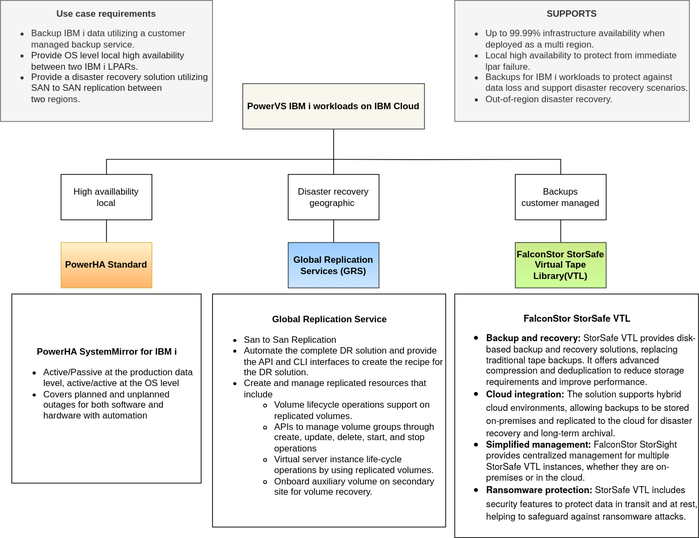
The draw.io diagram images/usecase.svg in ibm-cloud-docs/pattern-pvs-ibmi-resiliency, before a commit. Source tidied: cells renumbered, new cells last; positions are measured from the earlier drawing's top-left corner, leaving out a move shared by most shapes.
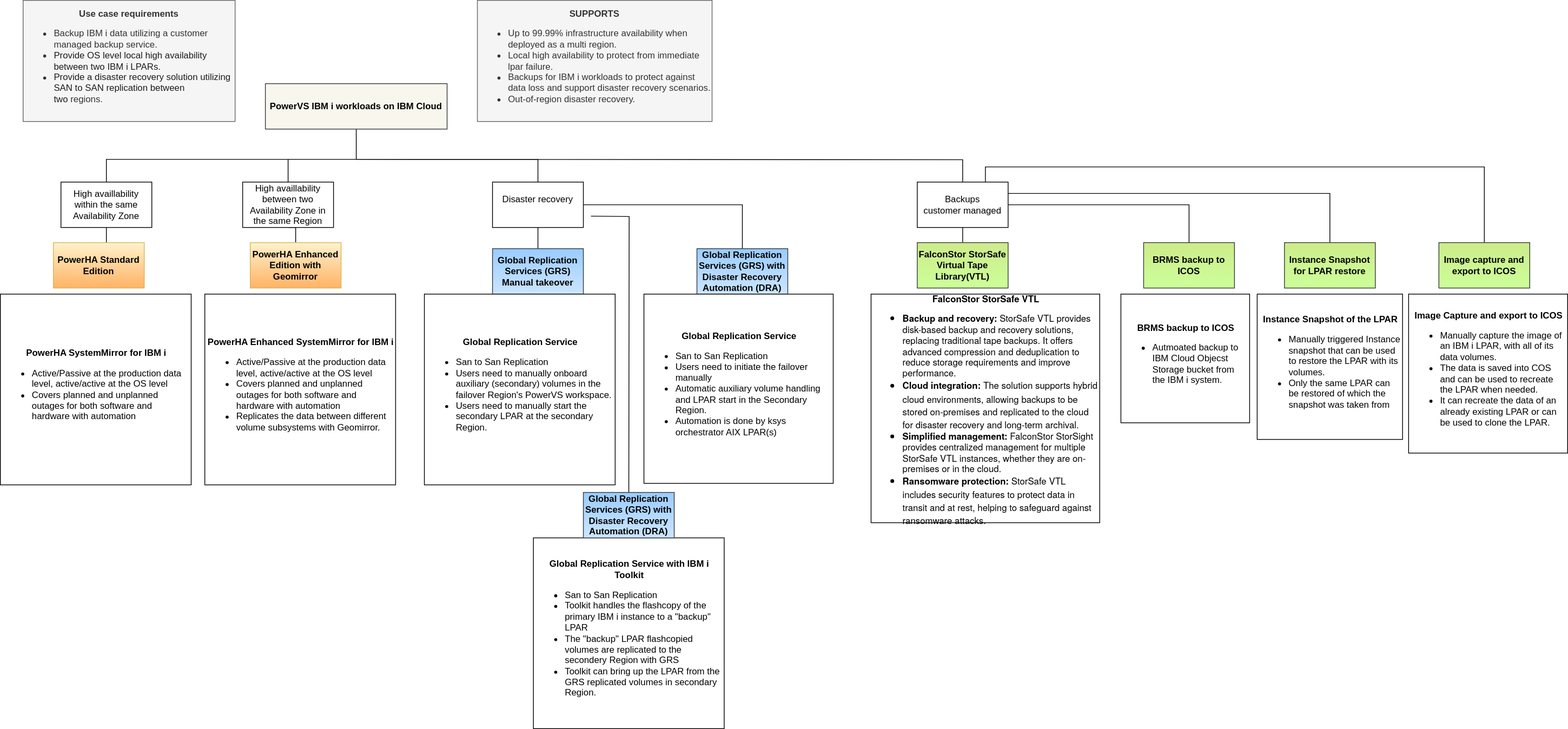
Later version of the same file.

The edit, as a diff of the source:
```diff
@@ -17,4 +17,7 @@
     </mxCell>
+    <mxCell id="20" style="edgeStyle=orthogonalEdgeStyle;rounded=0;jettySize=auto;html=1;entryX=0.5;entryY=0;entryDx=0;entryDy=0;endArrow=none;endFill=0;" parent="1" edge="1" source="5" target="29">
+      <mxGeometry relative="1" as="geometry" />
+    </mxCell>
-    <mxCell id="5" value="Disaster recovery&lt;br&gt;geographic&amp;nbsp;" style="rounded=0;whiteSpace=wrap;html=1;" parent="1" vertex="1">
-      <mxGeometry x="380" y="230" width="120" height="60" as="geometry" />
+    <mxCell id="5" value="Disaster recovery&lt;div&gt;&lt;br/&gt;&lt;/div&gt;" style="rounded=0;whiteSpace=wrap;html=1;" parent="1" vertex="1">
+      <mxGeometry x="620" y="240" width="120" height="60" as="geometry" />
     </mxCell>
@@ -28,7 +31,16 @@
     </mxCell>
-    <mxCell id="7" value="High availlability&lt;br&gt;local" style="rounded=0;whiteSpace=wrap;html=1;" parent="1" vertex="1">
-      <mxGeometry x="80" y="230" width="120" height="60" as="geometry" />
+    <mxCell id="7" value="High availlability within the same Availability Zone" style="rounded=0;whiteSpace=wrap;html=1;" parent="1" vertex="1">
+      <mxGeometry x="50" y="240" width="120" height="60" as="geometry" />
     </mxCell>
+    <mxCell id="21" style="edgeStyle=orthogonalEdgeStyle;rounded=0;jettySize=auto;html=1;entryX=0.5;entryY=0;entryDx=0;entryDy=0;endArrow=none;endFill=0;" parent="1" edge="1" source="8" target="31">
+      <mxGeometry relative="1" as="geometry" />
+    </mxCell>
+    <mxCell id="22" style="edgeStyle=orthogonalEdgeStyle;rounded=0;jettySize=auto;html=1;exitX=1;exitY=0.25;exitDx=0;exitDy=0;entryX=0.5;entryY=0;entryDx=0;entryDy=0;endArrow=none;endFill=0;" parent="1" edge="1" source="8" target="32">
+      <mxGeometry relative="1" as="geometry" />
+    </mxCell>
+    <mxCell id="23" style="edgeStyle=orthogonalEdgeStyle;rounded=0;jettySize=auto;html=1;exitX=0.75;exitY=0;exitDx=0;exitDy=0;entryX=0.5;entryY=0;entryDx=0;entryDy=0;endArrow=none;endFill=0;" parent="1" edge="1" source="8" target="33">
+      <mxGeometry relative="1" as="geometry" />
+    </mxCell>
     <mxCell id="8" value="Backups&lt;br&gt;customer managed" style="rounded=0;whiteSpace=wrap;html=1;" parent="1" vertex="1">
-      <mxGeometry x="680" y="230" width="120" height="60" as="geometry" />
+      <mxGeometry x="1181" y="240" width="120" height="60" as="geometry" />
     </mxCell>
@@ -37,4 +49,4 @@
     </mxCell>
-    <mxCell id="10" value="PowerHA Standard" style="rounded=0;whiteSpace=wrap;html=1;fontStyle=1;fillColor=#fff2cc;gradientColor=#FFB366;strokeColor=#d6b656;" parent="1" vertex="1">
-      <mxGeometry x="80" y="320" width="120" height="60" as="geometry" />
+    <mxCell id="10" value="PowerHA Standard Edition" style="rounded=0;whiteSpace=wrap;html=1;fontStyle=1;fillColor=#fff2cc;gradientColor=#FFB366;strokeColor=#d6b656;" parent="1" vertex="1">
+      <mxGeometry x="40" y="320" width="120" height="60" as="geometry" />
     </mxCell>
@@ -43,4 +55,4 @@
     </mxCell>
-    <mxCell id="12" value="Global Replication Services (GRS)" style="rounded=0;whiteSpace=wrap;html=1;fontStyle=1;fillColor=#99CCFF;strokeColor=#36393d;gradientColor=#CCE5FF;" parent="1" vertex="1">
-      <mxGeometry x="380" y="320" width="120" height="60" as="geometry" />
+    <mxCell id="12" value="Global Replication Services (GRS) Manual takeover" style="rounded=0;whiteSpace=wrap;html=1;fontStyle=1;fillColor=#99CCFF;strokeColor=#36393d;gradientColor=#CCE5FF;" parent="1" vertex="1">
+      <mxGeometry x="620" y="328" width="120" height="60" as="geometry" />
     </mxCell>
@@ -50,12 +62,12 @@
     <mxCell id="14" value="&lt;b&gt;FalconStor StorSafe Virtual Tape Library(VTL)&lt;/b&gt;" style="rounded=0;whiteSpace=wrap;html=1;fillColor=#cdeb8b;strokeColor=#36393d;gradientColor=#CCFF99;" parent="1" vertex="1">
-      <mxGeometry x="680" y="320" width="120" height="60" as="geometry" />
+      <mxGeometry x="1181" y="320" width="120" height="60" as="geometry" />
     </mxCell>
     <mxCell id="15" value="&lt;div style=&quot;text-align: center;&quot;&gt;&lt;span style=&quot;background-color: initial;&quot;&gt;&lt;b&gt;PowerHA SystemMirror for IBM i&lt;/b&gt;&lt;/span&gt;&lt;/div&gt;&lt;ul&gt;&lt;li&gt;Active/Passive at the production data level, active/active at the OS level&lt;/li&gt;&lt;li&gt;Covers planned and unplanned outages for both software and hardware with automation&lt;/li&gt;&lt;/ul&gt;" style="whiteSpace=wrap;html=1;align=left;" parent="1" vertex="1">
-      <mxGeometry x="15" y="388" width="250" height="250" as="geometry" />
+      <mxGeometry x="-30" y="388" width="252" height="252" as="geometry" />
     </mxCell>
-    <mxCell id="16" value="&lt;div style=&quot;&quot;&gt;&lt;div style=&quot;text-align: center; border-color: var(--border-color);&quot;&gt;&lt;span style=&quot;background-color: initial;&quot;&gt;&lt;b&gt;Global Replication Service&lt;/b&gt;&lt;/span&gt;&lt;/div&gt;&lt;div style=&quot;border-color: var(--border-color);&quot;&gt;&lt;ul&gt;&lt;li style=&quot;&quot;&gt;&lt;span style=&quot;background-color: initial;&quot;&gt;San to San Replication&lt;/span&gt;&lt;/li&gt;&lt;li&gt;&lt;span style=&quot;background-color: initial;&quot;&gt;Automate the complete DR solution and provide the API and CLI interfaces to create the recipe for the DR solution.&amp;nbsp;&lt;/span&gt;&lt;/li&gt;&lt;li&gt;&lt;span style=&quot;background-color: initial;&quot;&gt;Create and manage replicated resources that include&lt;/span&gt;&lt;/li&gt;&lt;ul&gt;&lt;li&gt;Volume lifecycle operations support on replicated volumes.&lt;/li&gt;&lt;li&gt;APIs to manage volume groups through create, update, delete, start, and stop operations&lt;/li&gt;&lt;li&gt;Virtual server instance life-cycle operations by using replicated volumes.&amp;nbsp;&lt;/li&gt;&lt;li&gt;Onboard auxiliary volume on secondary site for volume recovery.&lt;/li&gt;&lt;/ul&gt;&lt;/ul&gt;&lt;/div&gt;&lt;/div&gt;&lt;div style=&quot;text-align: center;&quot;&gt;&lt;/div&gt;" style="whiteSpace=wrap;html=1;align=left;" parent="1" vertex="1">
-      <mxGeometry x="280" y="388" width="308" height="308" as="geometry" />
+    <mxCell id="16" value="&lt;div style=&quot;&quot;&gt;&lt;div style=&quot;text-align: center; border-color: var(--border-color);&quot;&gt;&lt;span style=&quot;background-color: initial;&quot;&gt;&lt;b&gt;Global Replication Service&lt;/b&gt;&lt;/span&gt;&lt;/div&gt;&lt;div style=&quot;border-color: var(--border-color);&quot;&gt;&lt;ul&gt;&lt;li style=&quot;&quot;&gt;&lt;span style=&quot;background-color: initial;&quot;&gt;San to San Replication&lt;/span&gt;&lt;/li&gt;&lt;li style=&quot;&quot;&gt;&lt;span style=&quot;background-color: initial;&quot;&gt;Users need to manually onboard auxiliary (secondary) volumes in the failover Region's PowerVS workspace.&lt;/span&gt;&lt;/li&gt;&lt;li style=&quot;&quot;&gt;&lt;span style=&quot;background-color: initial;&quot;&gt;Users need to manually start the secondary LPAR at the secondary Region.&lt;/span&gt;&lt;/li&gt;&lt;/ul&gt;&lt;/div&gt;&lt;/div&gt;&lt;div style=&quot;text-align: center;&quot;&gt;&lt;/div&gt;" style="whiteSpace=wrap;html=1;align=left;" parent="1" vertex="1">
+      <mxGeometry x="530" y="388" width="252" height="252" as="geometry" />
     </mxCell>
     <mxCell id="17" value="&lt;div style=&quot;text-align: center;&quot;&gt;&lt;b style=&quot;font-family: &amp;quot;Helvetica Neue&amp;quot;; background-color: initial; text-align: left;&quot;&gt;&lt;br&gt;&lt;/b&gt;&lt;/div&gt;&lt;b style=&quot;background-color: initial; font-family: &amp;quot;Helvetica Neue&amp;quot;;&quot;&gt;&lt;div style=&quot;text-align: center;&quot;&gt;&lt;b style=&quot;background-color: initial;&quot;&gt;FalconStor StorSafe VTL&lt;/b&gt;&lt;/div&gt;&lt;/b&gt;&lt;span style=&quot;background-color: initial; font-family: &amp;quot;Helvetica Neue&amp;quot;;&quot;&gt;&lt;ul style=&quot;&quot;&gt;&lt;li style=&quot;&quot;&gt;&lt;b style=&quot;font-weight: bold; background-color: initial; font-family: &amp;quot;Helvetica Neue&amp;quot;;&quot;&gt;Backup and recovery&lt;/b&gt;&lt;span style=&quot;background-color: initial; font-family: &amp;quot;Helvetica Neue&amp;quot;;&quot;&gt;&lt;b&gt;: &lt;/b&gt;StorSafe VTL provides disk-based backup and recovery solutions, replacing traditional tape backups. It offers advanced compression and deduplication to reduce storage requirements and improve performance.&lt;/span&gt;&lt;/li&gt;&lt;li style=&quot;&quot;&gt;&lt;p style=&quot;background-color: initial; margin: 0px; font-variant-numeric: normal; font-variant-east-asian: normal; font-variant-alternates: normal; font-size-adjust: none; font-kerning: auto; font-optical-sizing: auto; font-feature-settings: normal; font-variation-settings: normal; font-variant-position: normal; font-stretch: normal; line-height: normal; font-family: &amp;quot;Helvetica Neue&amp;quot;; display: inline !important;&quot; class=&quot;p1&quot;&gt;&lt;b style=&quot;font-weight: bold;&quot;&gt;Cloud integration&lt;/b&gt;&lt;b&gt;: &lt;/b&gt;The solution supports hybrid cloud environments, allowing backups to be stored on-premises and replicated to the cloud for disaster recovery and long-term archival.&lt;/p&gt;&lt;/li&gt;&lt;li style=&quot;&quot;&gt;&lt;b style=&quot;font-weight: bold; background-color: initial;&quot;&gt;Simplified management&lt;/b&gt;&lt;span style=&quot;background-color: initial;&quot;&gt;&lt;b&gt;: &lt;/b&gt;FalconStor StorSight provides centralized management for multiple StorSafe VTL instances, whether they are on-premises or in the cloud.&lt;/span&gt;&lt;br&gt;&lt;/li&gt;&lt;li style=&quot;&quot;&gt;&lt;p style=&quot;background-color: initial; margin: 0px; font-variant-numeric: normal; font-variant-east-asian: normal; font-variant-alternates: normal; font-size-adjust: none; font-kerning: auto; font-optical-sizing: auto; font-feature-settings: normal; font-variation-settings: normal; font-variant-position: normal; font-stretch: normal; line-height: normal; font-family: &amp;quot;Helvetica Neue&amp;quot;; min-height: 15px;&quot; class=&quot;p2&quot;&gt;&lt;b style=&quot;font-weight: bold; background-color: initial;&quot;&gt;Ransomware protection&lt;/b&gt;&lt;span style=&quot;background-color: initial;&quot;&gt;&lt;b&gt;: &lt;/b&gt;StorSafe VTL includes security features to protect data in transit and at rest, helping to safeguard against ransomware attacks.&lt;/span&gt;&lt;br&gt;&lt;/p&gt;&lt;/li&gt;&lt;/ul&gt;&lt;/span&gt;&lt;div style=&quot;text-align: center;&quot;&gt;&lt;/div&gt;" style="whiteSpace=wrap;html=1;align=left;" parent="1" vertex="1">
-      <mxGeometry x="600" y="388" width="322" height="322" as="geometry" />
+      <mxGeometry x="1120" y="388" width="302" height="302" as="geometry" />
     </mxCell>
@@ -67,2 +79,55 @@
     </mxCell>
+    <mxCell id="24" style="edgeStyle=orthogonalEdgeStyle;rounded=0;jettySize=auto;html=1;exitX=0.5;exitY=0;exitDx=0;exitDy=0;endArrow=none;endFill=0;" parent="1" edge="1" source="25">
+      <mxGeometry relative="1" as="geometry">
+        <mxPoint x="350" y="210" as="targetPoint" />
+      </mxGeometry>
+    </mxCell>
+    <mxCell id="25" value="High availlability&lt;br&gt;between two Availability Zone in the same Region" style="rounded=0;whiteSpace=wrap;html=1;" parent="1" vertex="1">
+      <mxGeometry x="290" y="240" width="120" height="60" as="geometry" />
+    </mxCell>
+    <mxCell id="26" style="edgeStyle=orthogonalEdgeStyle;rounded=0;jettySize=auto;html=1;endArrow=none;endFill=0;" parent="1" edge="1" source="27" target="25">
+      <mxGeometry relative="1" as="geometry" />
+    </mxCell>
+    <mxCell id="27" value="PowerHA Enhanced Edition with Geomirror" style="rounded=0;whiteSpace=wrap;html=1;fontStyle=1;fillColor=#fff2cc;gradientColor=#FFB366;strokeColor=#d6b656;" parent="1" vertex="1">
+      <mxGeometry x="300" y="320" width="120" height="60" as="geometry" />
+    </mxCell>
+    <mxCell id="28" value="&lt;div style=&quot;text-align: center;&quot;&gt;&lt;span style=&quot;background-color: initial;&quot;&gt;&lt;b&gt;PowerHA Enhanced SystemMirror for IBM i&lt;/b&gt;&lt;/span&gt;&lt;/div&gt;&lt;ul&gt;&lt;li&gt;Active/Passive at the production data level, active/active at the OS level&lt;/li&gt;&lt;li&gt;Covers planned and unplanned outages for both software and hardware with automation&lt;/li&gt;&lt;li&gt;Replicates the data between different volume subsystems with Geomirror.&lt;/li&gt;&lt;/ul&gt;" style="whiteSpace=wrap;html=1;align=left;" parent="1" vertex="1">
+      <mxGeometry x="240" y="388" width="252" height="252" as="geometry" />
+    </mxCell>
+    <mxCell id="29" value="Global Replication Services (GRS) with Disaster Recovery Automation (DRA)" style="rounded=0;whiteSpace=wrap;html=1;fontStyle=1;fillColor=#99CCFF;strokeColor=#36393d;gradientColor=#CCE5FF;" parent="1" vertex="1">
+      <mxGeometry x="890" y="328" width="120" height="60" as="geometry" />
+    </mxCell>
+    <mxCell id="30" value="&lt;div style=&quot;&quot;&gt;&lt;div style=&quot;text-align: center; border-color: var(--border-color);&quot;&gt;&lt;span style=&quot;background-color: initial;&quot;&gt;&lt;b&gt;Global Replication Service&lt;/b&gt;&lt;/span&gt;&lt;/div&gt;&lt;div style=&quot;border-color: var(--border-color);&quot;&gt;&lt;ul&gt;&lt;li style=&quot;&quot;&gt;&lt;span style=&quot;background-color: initial;&quot;&gt;San to San Replication&lt;/span&gt;&lt;/li&gt;&lt;li&gt;&lt;span style=&quot;background-color: initial;&quot;&gt;Users need to initiate the failover manually&lt;/span&gt;&lt;/li&gt;&lt;li&gt;&lt;span style=&quot;background-color: initial;&quot;&gt;Automatic auxiliary volume handling and LPAR start in the Secondary Region.&lt;/span&gt;&lt;/li&gt;&lt;li&gt;&lt;span style=&quot;background-color: initial;&quot;&gt;Automation is done by ksys orchestrator AIX LPAR(s)&amp;nbsp;&lt;/span&gt;&lt;/li&gt;&lt;/ul&gt;&lt;/div&gt;&lt;/div&gt;&lt;div style=&quot;text-align: center;&quot;&gt;&lt;/div&gt;" style="whiteSpace=wrap;html=1;align=left;" parent="1" vertex="1">
+      <mxGeometry x="820" y="388" width="250" height="250" as="geometry" />
+    </mxCell>
+    <mxCell id="31" value="&lt;b&gt;BRMS backup to ICOS&lt;/b&gt;" style="rounded=0;whiteSpace=wrap;html=1;fillColor=#cdeb8b;strokeColor=#36393d;gradientColor=#CCFF99;" parent="1" vertex="1">
+      <mxGeometry x="1480" y="320" width="120" height="60" as="geometry" />
+    </mxCell>
+    <mxCell id="32" value="&lt;b&gt;Instance Snapshot for LPAR restore&lt;/b&gt;" style="rounded=0;whiteSpace=wrap;html=1;fillColor=#cdeb8b;strokeColor=#36393d;gradientColor=#CCFF99;" parent="1" vertex="1">
+      <mxGeometry x="1666" y="320" width="120" height="60" as="geometry" />
+    </mxCell>
+    <mxCell id="33" value="&lt;b&gt;Image capture and export to ICOS&lt;/b&gt;" style="rounded=0;whiteSpace=wrap;html=1;fillColor=#cdeb8b;strokeColor=#36393d;gradientColor=#CCFF99;" parent="1" vertex="1">
+      <mxGeometry x="1870" y="320" width="120" height="60" as="geometry" />
+    </mxCell>
+    <mxCell id="34" value="&lt;div style=&quot;&quot;&gt;&lt;div style=&quot;text-align: center; border-color: var(--border-color);&quot;&gt;&lt;b&gt;BRMS backup to ICOS&lt;/b&gt;&lt;/div&gt;&lt;div style=&quot;border-color: var(--border-color);&quot;&gt;&lt;ul&gt;&lt;li style=&quot;&quot;&gt;Autmoated backup to IBM Cloud Objecst Storage bucket from the IBM i system.&lt;/li&gt;&lt;/ul&gt;&lt;/div&gt;&lt;/div&gt;&lt;div style=&quot;text-align: center;&quot;&gt;&lt;/div&gt;" style="whiteSpace=wrap;html=1;align=left;" parent="1" vertex="1">
+      <mxGeometry x="1450" y="388" width="170" height="170" as="geometry" />
+    </mxCell>
+    <mxCell id="35" value="&lt;div style=&quot;&quot;&gt;&lt;div style=&quot;text-align: center; border-color: var(--border-color);&quot;&gt;&lt;b&gt;Instance Snapshot of the LPAR&lt;/b&gt;&lt;/div&gt;&lt;div style=&quot;border-color: var(--border-color);&quot;&gt;&lt;ul&gt;&lt;li style=&quot;&quot;&gt;Manually triggered Instance snapshot that can be used to restore the LPAR with its volumes.&lt;/li&gt;&lt;li style=&quot;&quot;&gt;Only the same LPAR can be restored of which the snapshot was taken from&lt;/li&gt;&lt;/ul&gt;&lt;/div&gt;&lt;/div&gt;&lt;div style=&quot;text-align: center;&quot;&gt;&lt;/div&gt;" style="whiteSpace=wrap;html=1;align=left;" parent="1" vertex="1">
+      <mxGeometry x="1630" y="388" width="192" height="192" as="geometry" />
+    </mxCell>
+    <mxCell id="36" value="&lt;div style=&quot;&quot;&gt;&lt;div style=&quot;text-align: center; border-color: var(--border-color);&quot;&gt;&lt;b&gt;Image Capture and export to ICOS&lt;/b&gt;&lt;/div&gt;&lt;div style=&quot;border-color: var(--border-color);&quot;&gt;&lt;ul&gt;&lt;li style=&quot;&quot;&gt;Manually capture the image of an IBM i LPAR, with all of its data volumes.&lt;/li&gt;&lt;li style=&quot;&quot;&gt;The data is saved into COS and can be used to recreate the LPAR when needed.&amp;nbsp;&lt;/li&gt;&lt;li style=&quot;&quot;&gt;It can recreate the data of an already existing LPAR or can be used to clone the LPAR.&lt;/li&gt;&lt;/ul&gt;&lt;/div&gt;&lt;/div&gt;&lt;div style=&quot;text-align: center;&quot;&gt;&lt;/div&gt;" style="whiteSpace=wrap;html=1;align=left;" parent="1" vertex="1">
+      <mxGeometry x="1830" y="388" width="210" height="210" as="geometry" />
+    </mxCell>
+    <mxCell id="37" value="&lt;div style=&quot;&quot;&gt;&lt;div style=&quot;text-align: center; border-color: var(--border-color);&quot;&gt;&lt;span style=&quot;background-color: initial;&quot;&gt;&lt;b&gt;Global Replication Service with IBM i Toolkit&lt;/b&gt;&lt;/span&gt;&lt;/div&gt;&lt;div style=&quot;border-color: var(--border-color);&quot;&gt;&lt;ul&gt;&lt;li style=&quot;&quot;&gt;&lt;span style=&quot;background-color: initial;&quot;&gt;San to San Replication&lt;/span&gt;&lt;/li&gt;&lt;li style=&quot;&quot;&gt;Toolkit handles the flashcopy of the primary IBM i instance to a &quot;backup&quot; LPAR&lt;/li&gt;&lt;li style=&quot;&quot;&gt;The &quot;backup&quot; LPAR flashcopied volumes are replicated to the secondery Region with GRS&lt;/li&gt;&lt;li style=&quot;&quot;&gt;Toolkit can bring up the LPAR from the GRS replicated volumes in secondary Region.&lt;/li&gt;&lt;/ul&gt;&lt;/div&gt;&lt;/div&gt;&lt;div style=&quot;text-align: center;&quot;&gt;&lt;/div&gt;" style="whiteSpace=wrap;html=1;align=left;" parent="1" vertex="1">
+      <mxGeometry x="674" y="710" width="252" height="252" as="geometry" />
+    </mxCell>
+    <mxCell id="38" style="edgeStyle=orthogonalEdgeStyle;rounded=0;orthogonalLoop=1;jettySize=auto;html=1;exitX=1;exitY=0.75;exitDx=0;exitDy=0;entryX=0.5;entryY=0;entryDx=0;entryDy=0;endArrow=none;endFill=0;" parent="1" edge="1">
+      <mxGeometry relative="1" as="geometry">
+        <mxPoint x="750" y="285" as="sourcePoint" />
+        <mxPoint x="800" y="650" as="targetPoint" />
+      </mxGeometry>
+    </mxCell>
+    <mxCell id="39" value="Global Replication Services (GRS) with Disaster Recovery Automation (DRA)" style="rounded=0;whiteSpace=wrap;html=1;fontStyle=1;fillColor=#99CCFF;strokeColor=#36393d;gradientColor=#CCE5FF;" parent="1" vertex="1">
+      <mxGeometry x="740" y="650" width="120" height="60" as="geometry" />
+    </mxCell>
   </root>
```
